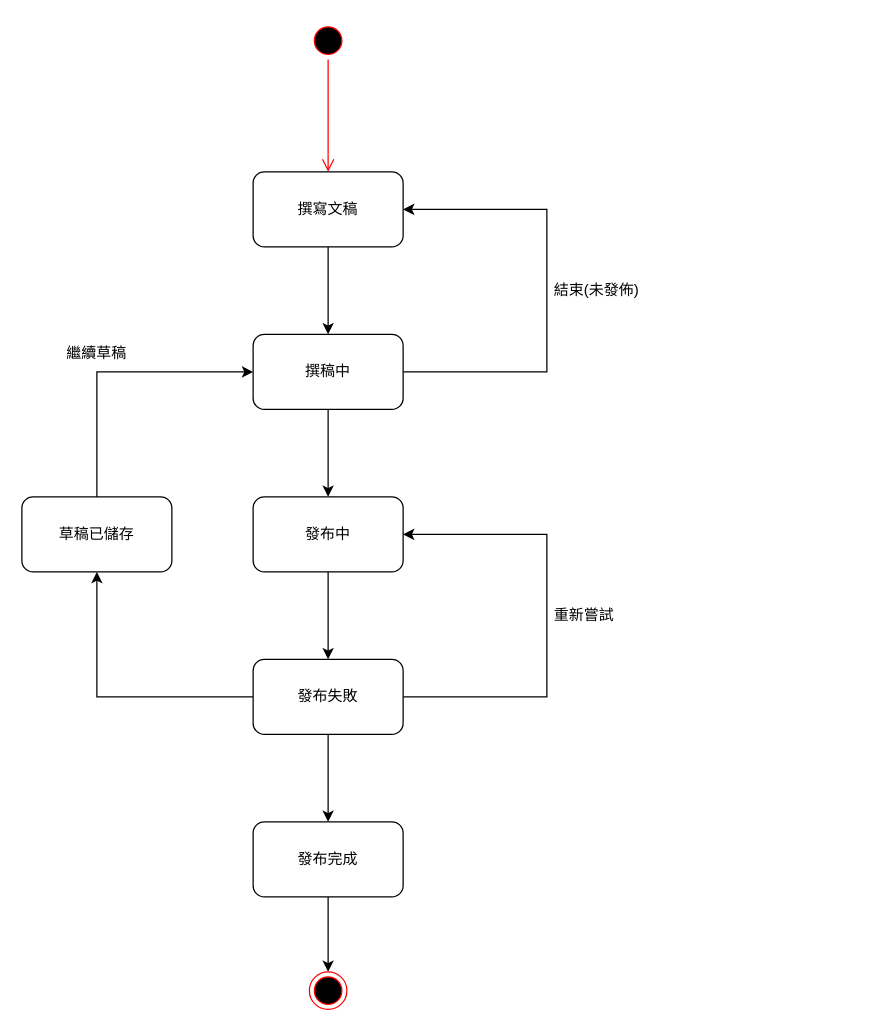
jiakai912/114201_poject keeps this draw.io diagram as page "發佈貼文" (3 of 7) of 11336032/狀態機.drawio. Above is the earlier version. Source tidied: cells renumbered, new cells numbered last; positions are measured from the earlier drawing's top-left corner, leaving out a move shared by most shapes. Both pictures are drawn from the tidied source at 125%, with x=0, y=0 at pixel (21, 21).
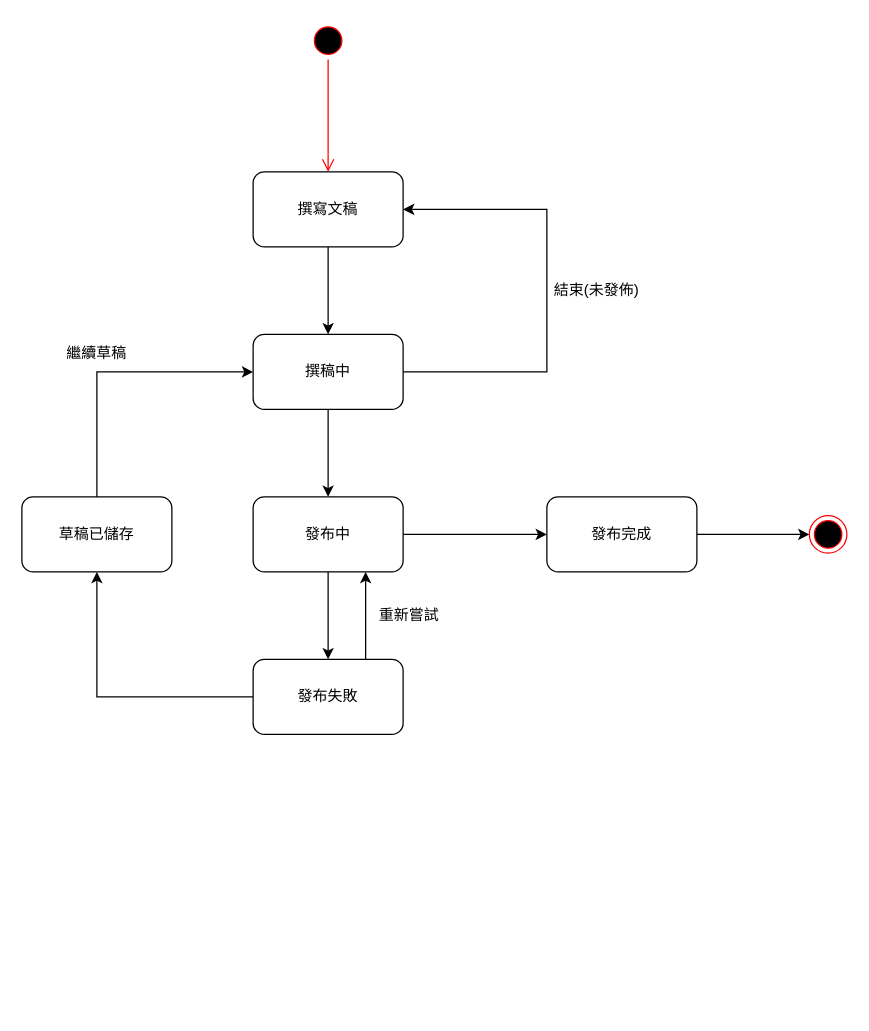
After the change.

Unchanged cells that the change refers to:
```xml
<mxCell id="7" value="發布中" style="rounded=1;whiteSpace=wrap;html=1;" parent="1" vertex="1">
  <mxGeometry x="185" y="380" width="120" height="60" as="geometry" />
</mxCell>
<mxCell id="9" value="發布失敗" style="rounded=1;whiteSpace=wrap;html=1;" parent="1" vertex="1">
  <mxGeometry x="185" y="510" width="120" height="60" as="geometry" />
</mxCell>
```

Change to the diagram source:
```diff
@@
+    <mxCell id="23" style="edgeStyle=orthogonalEdgeStyle;rounded=0;jettySize=auto;html=1;" parent="1" edge="1" source="7" target="11">
+      <mxGeometry relative="1" as="geometry" />
+    </mxCell>
@@
-    <mxCell id="8" style="edgeStyle=orthogonalEdgeStyle;rounded=0;jettySize=auto;html=1;" parent="1" edge="1" source="9" target="11">
-      <mxGeometry relative="1" as="geometry" />
-    </mxCell>
@@
     <mxCell id="11" value="發布完成" style="rounded=1;whiteSpace=wrap;html=1;" parent="1" vertex="1">
-      <mxGeometry x="185" y="640" width="120" height="60" as="geometry" />
+      <mxGeometry x="420" y="380" width="120" height="60" as="geometry" />
     </mxCell>
@@
-    <mxCell id="19" style="endArrow=classic;html=1;rounded=0;entryX=1;entryY=0.5;entryDx=0;entryDy=0;exitX=1;exitY=0.5;exitDx=0;exitDy=0;" parent="1" edge="1" source="9" target="7">
-      <mxGeometry relative="1" as="geometry">
-        <Array as="points">
-          <mxPoint x="420" y="540" />
-          <mxPoint x="420" y="410" />
-        </Array>
-      </mxGeometry>
+    <mxCell id="19" style="endArrow=classic;html=1;rounded=0;entryX=0.75;entryY=1;entryDx=0;entryDy=0;exitX=0.75;exitY=0;exitDx=0;exitDy=0;" parent="1" edge="1" source="9" target="7">
+      <mxGeometry relative="1" as="geometry" />
     </mxCell>
     <mxCell id="20" value="重新嘗試" style="text;html=1;align=center;verticalAlign=middle;whiteSpace=wrap;rounded=0;" parent="1" vertex="1">
-      <mxGeometry x="420" y="460" width="60" height="30" as="geometry" />
+      <mxGeometry x="280" y="460" width="60" height="30" as="geometry" />
     </mxCell>
@@
     <mxCell id="22" style="ellipse;html=1;shape=endState;fillColor=#000000;strokeColor=#ff0000;" parent="1" vertex="1">
-      <mxGeometry x="230" y="760" width="30" height="30" as="geometry" />
+      <mxGeometry x="630" y="395" width="30" height="30" as="geometry" />
     </mxCell>
```
